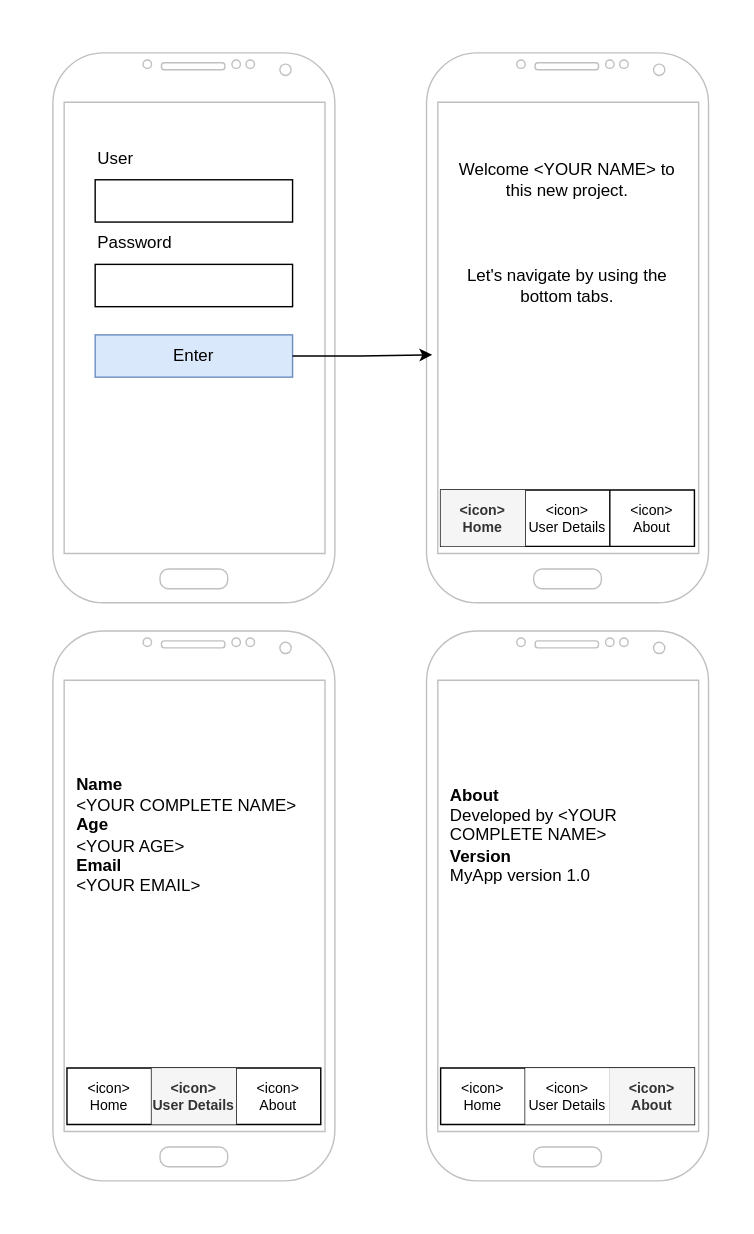
The draw.io diagram assets/exerciceNavigationHybrid.drawio in rgomide/react-native-web-lessons, before the edit. Source tidied: cells renumbered, new cells numbered last; positions are measured from the earlier drawing's top-left corner, leaving out a move shared by most shapes. Both pictures are drawn from the tidied source at 141%, with x=0, y=0 at pixel (52, 52).
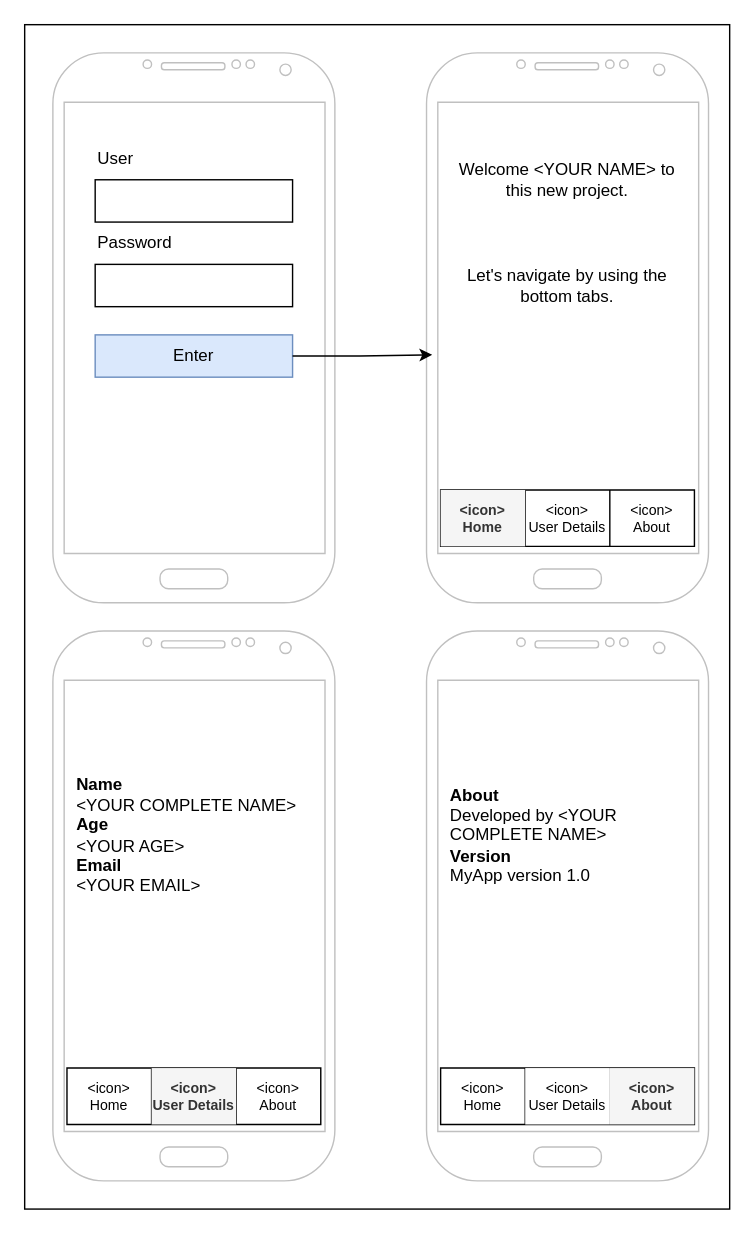
After the change.

Change to the diagram source:
```diff
@@
+    <mxCell id="31" style="rounded=0;whiteSpace=wrap;html=1;" parent="1" vertex="1">
+      <mxGeometry x="-20" y="-20" width="500" height="840" as="geometry" />
+    </mxCell>
```
